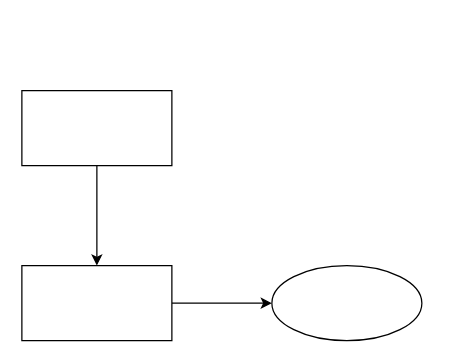
Above: Untitled Diagram.drawio in zhihuai1982/playground (draw.io), before the change. Source tidied: cells renumbered, new cells numbered last; positions are measured from the earlier drawing's top-left corner, leaving out a move shared by most shapes. Both pictures are drawn from the tidied source at 125%, with x=0, y=0 at pixel (21, 90).
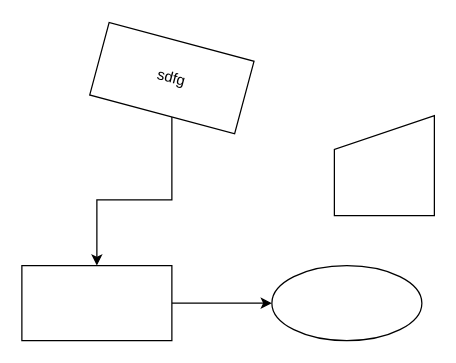
After the change.

The edit, as a diff of the source:
```diff
@@
 <mxGraphModel>
   <root>
     <mxCell id="0" />
     <mxCell id="1" parent="0" />
     <mxCell id="2" style="edgeStyle=orthogonalEdgeStyle;rounded=0;jettySize=auto;html=1;" parent="1" edge="1" source="3" target="5">
       <mxGeometry relative="1" as="geometry" />
     </mxCell>
-    <mxCell id="3" style="rounded=0;whiteSpace=wrap;html=1;" parent="1" vertex="1">
-      <mxGeometry width="120" height="60" as="geometry" />
+    <mxCell id="3" value="sdfg" style="rounded=0;whiteSpace=wrap;html=1;rotation=15;" parent="1" vertex="1">
+      <mxGeometry x="60" y="-40" width="120" height="60" as="geometry" />
     </mxCell>
     <mxCell id="4" style="edgeStyle=orthogonalEdgeStyle;rounded=0;jettySize=auto;html=1;" parent="1" edge="1" source="5" target="6">
       <mxGeometry relative="1" as="geometry" />
     </mxCell>
     <mxCell id="5" style="rounded=0;whiteSpace=wrap;html=1;" parent="1" vertex="1">
       <mxGeometry y="140" width="120" height="60" as="geometry" />
     </mxCell>
     <mxCell id="6" style="ellipse;whiteSpace=wrap;html=1;rounded=0;" parent="1" vertex="1">
       <mxGeometry x="200" y="140" width="120" height="60" as="geometry" />
     </mxCell>
+    <mxCell id="7" style="shape=manualInput;whiteSpace=wrap;html=1;size=27;" parent="1" vertex="1">
+      <mxGeometry x="250" y="20" width="80" height="80" as="geometry" />
+    </mxCell>
   </root>
 </mxGraphModel>
```
